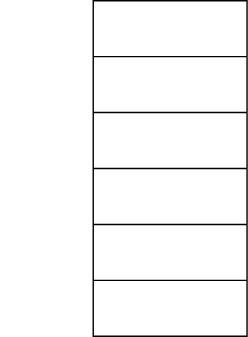
Earlier version of the draw.io export hashing/documention/open-addressing.drawio.svg (ratanlalmourya/geeksforgeeks). Source tidied: cells renumbered, new cells last; positions are measured from the earlier drawing's top-left corner, leaving out a move shared by most shapes.
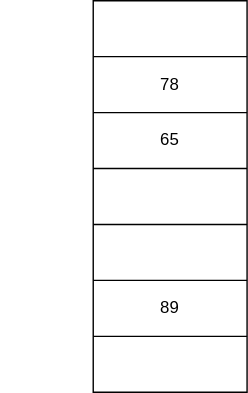
Later version of the same file.

The edit, as a diff of the source:
```diff
@@ -6,7 +6,7 @@
       <mxGeometry width="176" height="240" as="geometry" />
     </mxCell>
     <mxCell id="3" style="shape=table;html=1;whiteSpace=wrap;startSize=0;" parent="2" vertex="1">
-      <mxGeometry x="66" width="110" height="240" as="geometry" />
+      <mxGeometry x="66" width="110" height="280" as="geometry" />
     </mxCell>
     <mxCell id="4" style="shape=tableRow;horizontal=0;startSize=0;swimlaneHead=0;swimlaneBody=0;top=0;left=0;bottom=0;right=0;fillColor=none;" parent="3" vertex="1">
       <mxGeometry width="110" height="40" as="geometry" />
@@ -17,13 +17,13 @@
     <mxCell id="6" style="shape=tableRow;horizontal=0;startSize=0;swimlaneHead=0;swimlaneBody=0;top=0;left=0;bottom=0;right=0;fillColor=none;" parent="3" vertex="1">
       <mxGeometry y="40" width="110" height="40" as="geometry" />
     </mxCell>
-    <mxCell id="7" style="shape=partialRectangle;html=1;whiteSpace=wrap;fillColor=none;top=0;left=0;bottom=0;right=0;overflow=hidden;" parent="6" vertex="1">
+    <mxCell id="7" value="78" style="shape=partialRectangle;html=1;whiteSpace=wrap;fillColor=none;top=0;left=0;bottom=0;right=0;overflow=hidden;" parent="6" vertex="1">
       <mxGeometry width="110" height="40" as="geometry" />
     </mxCell>
     <mxCell id="8" style="shape=tableRow;horizontal=0;startSize=0;swimlaneHead=0;swimlaneBody=0;top=0;left=0;bottom=0;right=0;fillColor=none;" parent="3" vertex="1">
       <mxGeometry y="80" width="110" height="40" as="geometry" />
     </mxCell>
-    <mxCell id="9" style="shape=partialRectangle;html=1;whiteSpace=wrap;fillColor=none;top=0;left=0;bottom=0;right=0;overflow=hidden;" parent="8" vertex="1">
+    <mxCell id="9" value="65" style="shape=partialRectangle;html=1;whiteSpace=wrap;fillColor=none;top=0;left=0;bottom=0;right=0;overflow=hidden;" parent="8" vertex="1">
       <mxGeometry width="110" height="40" as="geometry" />
     </mxCell>
     <mxCell id="10" style="shape=tableRow;horizontal=0;startSize=0;swimlaneHead=0;swimlaneBody=0;top=0;left=0;bottom=0;right=0;fillColor=none;" parent="3" vertex="1">
@@ -41,9 +41,15 @@
     <mxCell id="14" style="shape=tableRow;horizontal=0;startSize=0;swimlaneHead=0;swimlaneBody=0;top=0;left=0;bottom=0;right=0;fillColor=none;" parent="3" vertex="1">
       <mxGeometry y="200" width="110" height="40" as="geometry" />
     </mxCell>
-    <mxCell id="15" style="shape=partialRectangle;html=1;whiteSpace=wrap;fillColor=none;top=0;left=0;bottom=0;right=0;overflow=hidden;" parent="14" vertex="1">
+    <mxCell id="15" value="89" style="shape=partialRectangle;html=1;whiteSpace=wrap;fillColor=none;top=0;left=0;bottom=0;right=0;overflow=hidden;" parent="14" vertex="1">
       <mxGeometry width="110" height="40" as="geometry" />
     </mxCell>
+    <mxCell id="22" style="shape=tableRow;horizontal=0;startSize=0;swimlaneHead=0;swimlaneBody=0;top=0;left=0;bottom=0;right=0;fillColor=none;" parent="3" vertex="1">
+      <mxGeometry y="240" width="110" height="40" as="geometry" />
+    </mxCell>
+    <mxCell id="23" style="shape=partialRectangle;html=1;whiteSpace=wrap;fillColor=none;top=0;left=0;bottom=0;right=0;overflow=hidden;" parent="22" vertex="1">
+      <mxGeometry width="110" height="40" as="geometry" />
+    </mxCell>
     <mxCell id="16" value="0" style="text;html=1;strokeColor=none;fillColor=none;align=center;verticalAlign=middle;whiteSpace=wrap;rounded=0;fontColor=#FFFFFF;" parent="2" vertex="1">
       <mxGeometry y="5" width="60" height="30" as="geometry" />
     </mxCell>
@@ -60,7 +66,10 @@
       <mxGeometry y="167" width="60" height="30" as="geometry" />
     </mxCell>
     <mxCell id="21" value="5" style="text;html=1;strokeColor=none;fillColor=none;align=center;verticalAlign=middle;whiteSpace=wrap;rounded=0;fontColor=#FFFFFF;" parent="2" vertex="1">
-      <mxGeometry y="206" width="60" height="30" as="geometry" />
+      <mxGeometry y="208" width="60" height="30" as="geometry" />
     </mxCell>
+    <mxCell id="24" value="6" style="text;html=1;strokeColor=none;fillColor=none;align=center;verticalAlign=middle;whiteSpace=wrap;rounded=0;fontColor=#FFFFFF;" parent="1" vertex="1">
+      <mxGeometry y="250" width="60" height="30" as="geometry" />
+    </mxCell>
   </root>
 </mxGraphModel>
```
